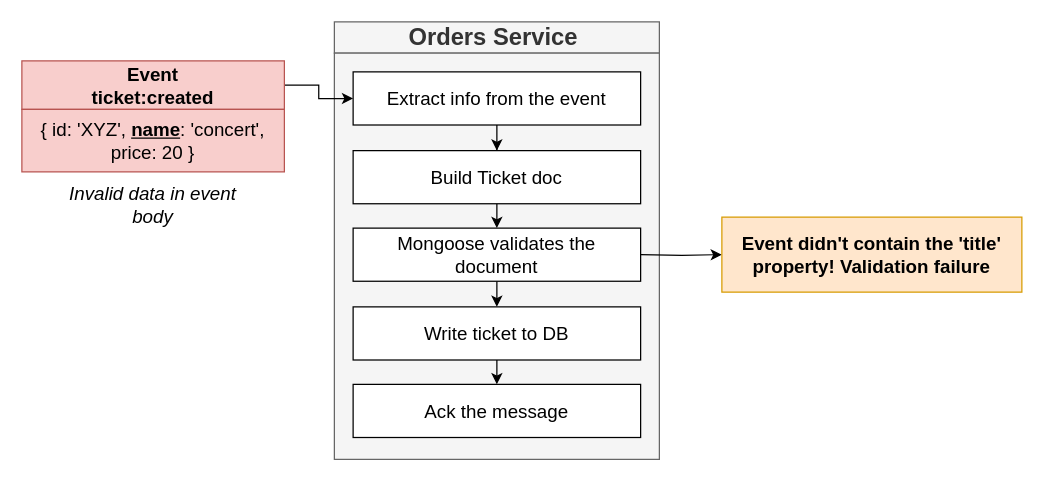
Earlier version of the draw.io diagram page "07 - validate" (9 of 17) of diagrams/08/01.drawio (HappySuzuki/microservices-cast). Source tidied: cells renumbered, new cells numbered last; positions are measured from the earlier drawing's top-left corner, leaving out a move shared by most shapes. Both pictures are drawn from the tidied source at 125%, with x=0, y=0 at pixel (21, 21).
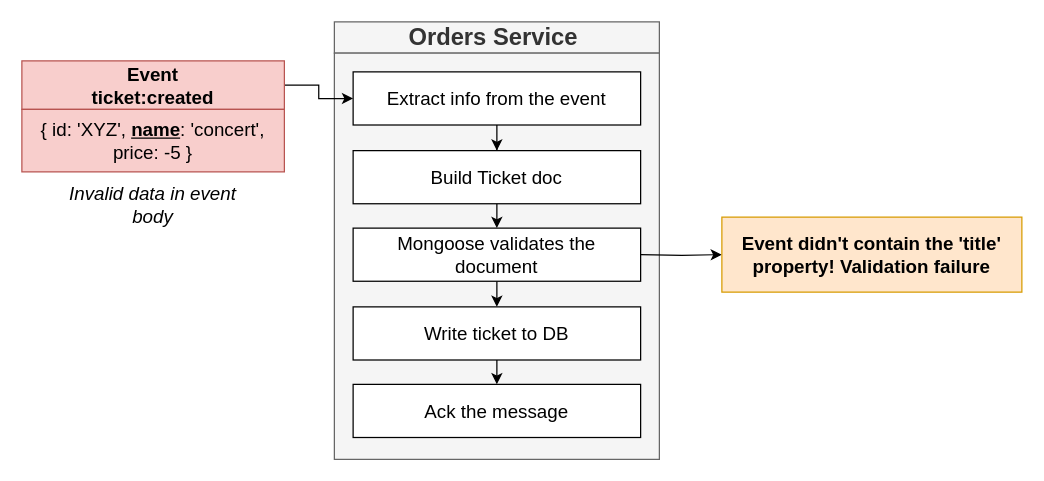
The same page after the edit.

What changed in the source:
```diff
@@
 <mxGraphModel>
   <root>
     <mxCell id="0" />
     <mxCell id="1" parent="0" />
     <mxCell id="2" value="Orders Service&amp;nbsp;" style="rounded=0;whiteSpace=wrap;html=1;fontSize=19;fillColor=#f5f5f5;strokeColor=#666666;fontColor=#333333;fontStyle=1;" parent="1" vertex="1">
       <mxGeometry x="250" width="260" height="25" as="geometry" />
     </mxCell>
     <mxCell id="3" style="rounded=0;whiteSpace=wrap;html=1;fontSize=22;fillColor=#f5f5f5;strokeColor=#666666;fontColor=#333333;fontStyle=1;" parent="1" vertex="1">
       <mxGeometry x="250" y="25" width="260" height="325" as="geometry" />
     </mxCell>
     <mxCell id="4" style="edgeStyle=orthogonalEdgeStyle;rounded=0;jettySize=auto;html=1;exitX=1;exitY=0.5;exitDx=0;exitDy=0;fontSize=15;" parent="1" edge="1" source="5" target="7">
       <mxGeometry relative="1" as="geometry" />
     </mxCell>
     <mxCell id="5" value="&lt;b style=&quot;font-size: 15px;&quot;&gt;Event&lt;br style=&quot;font-size: 15px;&quot;&gt;ticket:created&lt;br style=&quot;font-size: 15px;&quot;&gt;&lt;/b&gt;" style="rounded=0;whiteSpace=wrap;html=1;fontSize=15;fillColor=#f8cecc;strokeColor=#b85450;" parent="1" vertex="1">
       <mxGeometry y="31.2" width="210" height="38.8" as="geometry" />
     </mxCell>
     <mxCell id="6" style="edgeStyle=orthogonalEdgeStyle;rounded=0;jettySize=auto;html=1;exitX=0.5;exitY=1;exitDx=0;exitDy=0;fontSize=15;" parent="1" edge="1" source="7" target="9">
       <mxGeometry relative="1" as="geometry" />
     </mxCell>
     <mxCell id="7" value="Extract info from the event" style="rounded=0;whiteSpace=wrap;html=1;fontSize=15;" parent="1" vertex="1">
       <mxGeometry x="265" y="40" width="230" height="42.5" as="geometry" />
     </mxCell>
     <mxCell id="8" style="edgeStyle=orthogonalEdgeStyle;rounded=0;jettySize=auto;html=1;exitX=0.5;exitY=1;exitDx=0;exitDy=0;entryX=0.5;entryY=0;entryDx=0;entryDy=0;fontSize=15;" parent="1" edge="1" source="9" target="15">
       <mxGeometry relative="1" as="geometry" />
     </mxCell>
     <mxCell id="9" value="Build Ticket doc" style="rounded=0;whiteSpace=wrap;html=1;fontSize=15;" parent="1" vertex="1">
       <mxGeometry x="265" y="103" width="230" height="42.5" as="geometry" />
     </mxCell>
     <mxCell id="10" style="edgeStyle=orthogonalEdgeStyle;rounded=0;jettySize=auto;html=1;exitX=0.5;exitY=1;exitDx=0;exitDy=0;entryX=0.5;entryY=0;entryDx=0;entryDy=0;fontSize=15;" parent="1" edge="1" source="12" target="13">
       <mxGeometry relative="1" as="geometry" />
     </mxCell>
     <mxCell id="11" style="edgeStyle=orthogonalEdgeStyle;rounded=0;jettySize=auto;html=1;exitX=1;exitY=0.5;exitDx=0;exitDy=0;fontSize=19;" parent="1" edge="1" target="16">
       <mxGeometry relative="1" as="geometry">
         <mxPoint x="495" y="186.2" as="sourcePoint" />
       </mxGeometry>
     </mxCell>
     <mxCell id="12" value="Write ticket to DB" style="rounded=0;whiteSpace=wrap;html=1;fontSize=15;" parent="1" vertex="1">
       <mxGeometry x="265" y="228" width="230" height="42.5" as="geometry" />
     </mxCell>
     <mxCell id="13" value="Ack the message" style="rounded=0;whiteSpace=wrap;html=1;fontSize=15;" parent="1" vertex="1">
       <mxGeometry x="265" y="290" width="230" height="42.5" as="geometry" />
     </mxCell>
     <mxCell id="14" style="edgeStyle=orthogonalEdgeStyle;rounded=0;jettySize=auto;html=1;exitX=0.5;exitY=1;exitDx=0;exitDy=0;entryX=0.5;entryY=0;entryDx=0;entryDy=0;fontSize=15;" parent="1" edge="1" source="15" target="12">
       <mxGeometry relative="1" as="geometry" />
     </mxCell>
     <mxCell id="15" value="Mongoose validates the document" style="rounded=0;whiteSpace=wrap;html=1;fontSize=15;" parent="1" vertex="1">
       <mxGeometry x="265" y="165" width="230" height="42.5" as="geometry" />
     </mxCell>
     <mxCell id="16" value="&lt;b style=&quot;font-size: 15px&quot;&gt;Event didn't contain the 'title' property! Validation failure&lt;br style=&quot;font-size: 15px&quot;&gt;&lt;/b&gt;" style="rounded=0;whiteSpace=wrap;html=1;fontSize=15;fillColor=#ffe6cc;strokeColor=#d79b00;" parent="1" vertex="1">
       <mxGeometry x="560" y="156.2" width="240" height="60" as="geometry" />
     </mxCell>
-    <mxCell id="17" value="&lt;span style=&quot;font-size: 15px&quot;&gt;&lt;span style=&quot;font-weight: 400&quot;&gt;{ id: 'XYZ', &lt;/span&gt;&lt;u&gt;name&lt;/u&gt;&lt;span style=&quot;font-weight: 400&quot;&gt;: 'concert', price: 20 }&lt;/span&gt;&lt;br style=&quot;font-size: 15px&quot;&gt;&lt;/span&gt;" style="rounded=0;whiteSpace=wrap;html=1;fontSize=15;fillColor=#f8cecc;strokeColor=#b85450;fontStyle=1;" parent="1" vertex="1">
+    <mxCell id="17" value="&lt;span style=&quot;font-size: 15px&quot;&gt;&lt;span style=&quot;font-weight: 400&quot;&gt;{ id: 'XYZ', &lt;/span&gt;&lt;u&gt;name&lt;/u&gt;&lt;span style=&quot;font-weight: 400&quot;&gt;: 'concert', price: -5 }&lt;/span&gt;&lt;br style=&quot;font-size: 15px&quot;&gt;&lt;/span&gt;" style="rounded=0;whiteSpace=wrap;html=1;fontSize=15;fillColor=#f8cecc;strokeColor=#b85450;fontStyle=1;" parent="1" vertex="1">
       <mxGeometry y="70" width="210" height="50" as="geometry" />
     </mxCell>
     <mxCell id="18" value="&lt;i&gt;Invalid data in event body&lt;/i&gt;" style="text;html=1;strokeColor=none;fillColor=none;align=center;verticalAlign=middle;whiteSpace=wrap;rounded=0;fontSize=15;" parent="1" vertex="1">
       <mxGeometry x="25" y="136.2" width="160" height="20" as="geometry" />
     </mxCell>
   </root>
 </mxGraphModel>
```
